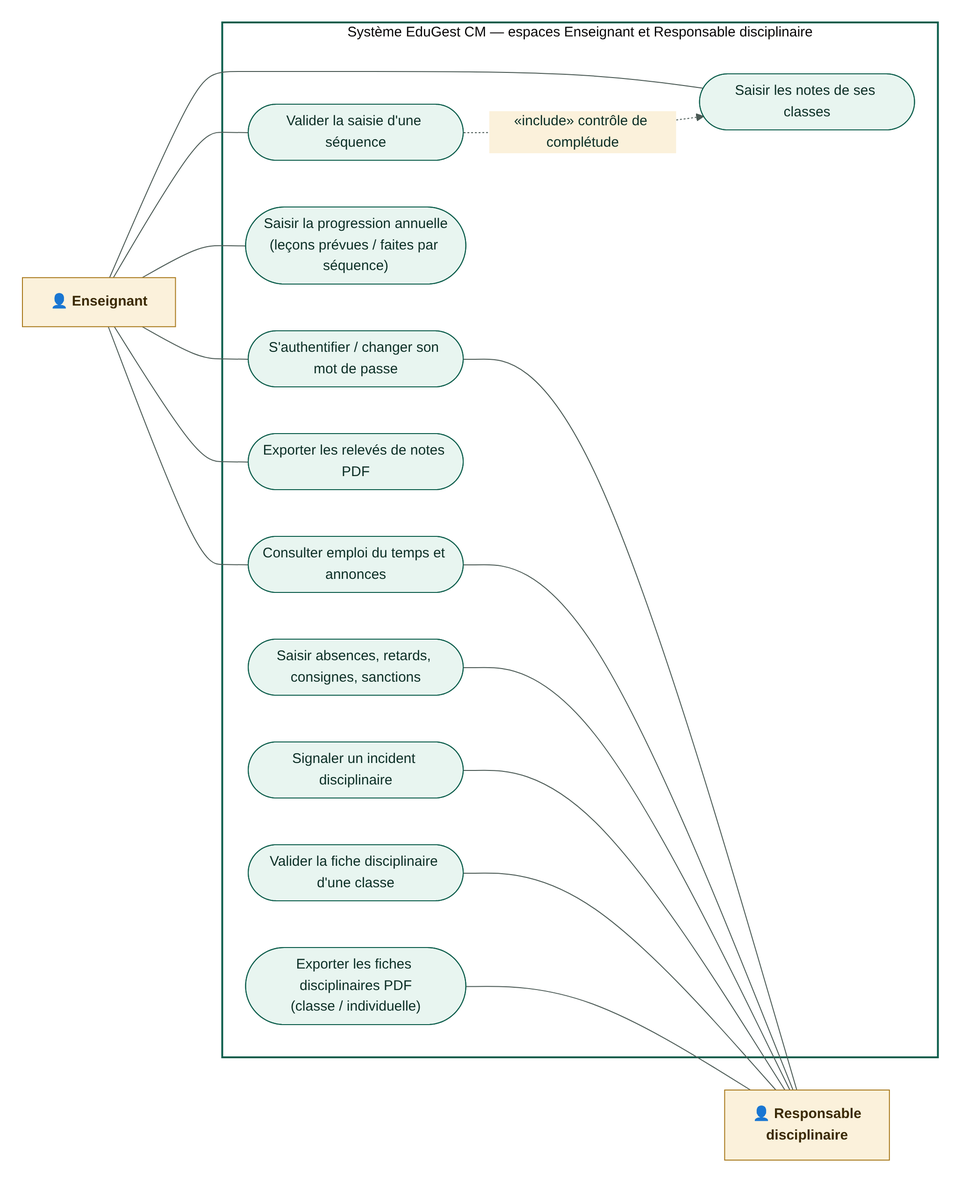
Before: docs/uml/01b_cas_utilisation_ens_resp.png, a diagram exported from Mermaid (ANDJE30/MY_WORLD). Its source is kept beside it as docs/uml/01b_cas_utilisation_ens_resp.mmd. Source of this version:
```mermaid
flowchart LR
  ENS["👤 Enseignant"]
  RD["👤 Responsable<br/>disciplinaire"]
  subgraph SYS["Système EduGest CM — espaces Enseignant et Responsable disciplinaire"]
    direction TB
    C0(["S'authentifier / changer son mot de passe"])
    C1(["Consulter emploi du temps et annonces"])
    E1(["Saisir la progression annuelle<br/>(leçons prévues / faites par séquence)"])
    E2(["Saisir les notes de ses classes"])
    E3(["Valider la saisie d'une séquence"])
    E4(["Exporter les relevés de notes PDF"])
    D1(["Saisir absences, retards, consignes, sanctions"])
    D2(["Signaler un incident disciplinaire"])
    D3(["Valider la fiche disciplinaire d'une classe"])
    D4(["Exporter les fiches disciplinaires PDF<br/>(classe / individuelle)"])
  end
  ENS --- C0 & C1 & E1 & E2 & E3 & E4
  C0 & C1 & D1 & D2 & D3 & D4 --- RD
  E3 -. "«include» contrôle de complétude" .-> E2
  classDef actor fill:#fbf1db,stroke:#a97a1d,color:#3b2a06,font-weight:bold
  classDef uc fill:#e8f5f0,stroke:#0b5d4b,color:#0b2e25
  class ENS,RD actor
  class C0,C1,E1,E2,E3,E4,D1,D2,D3,D4 uc
  style SYS fill:#ffffff,stroke:#0b5d4b,stroke-width:2px
```
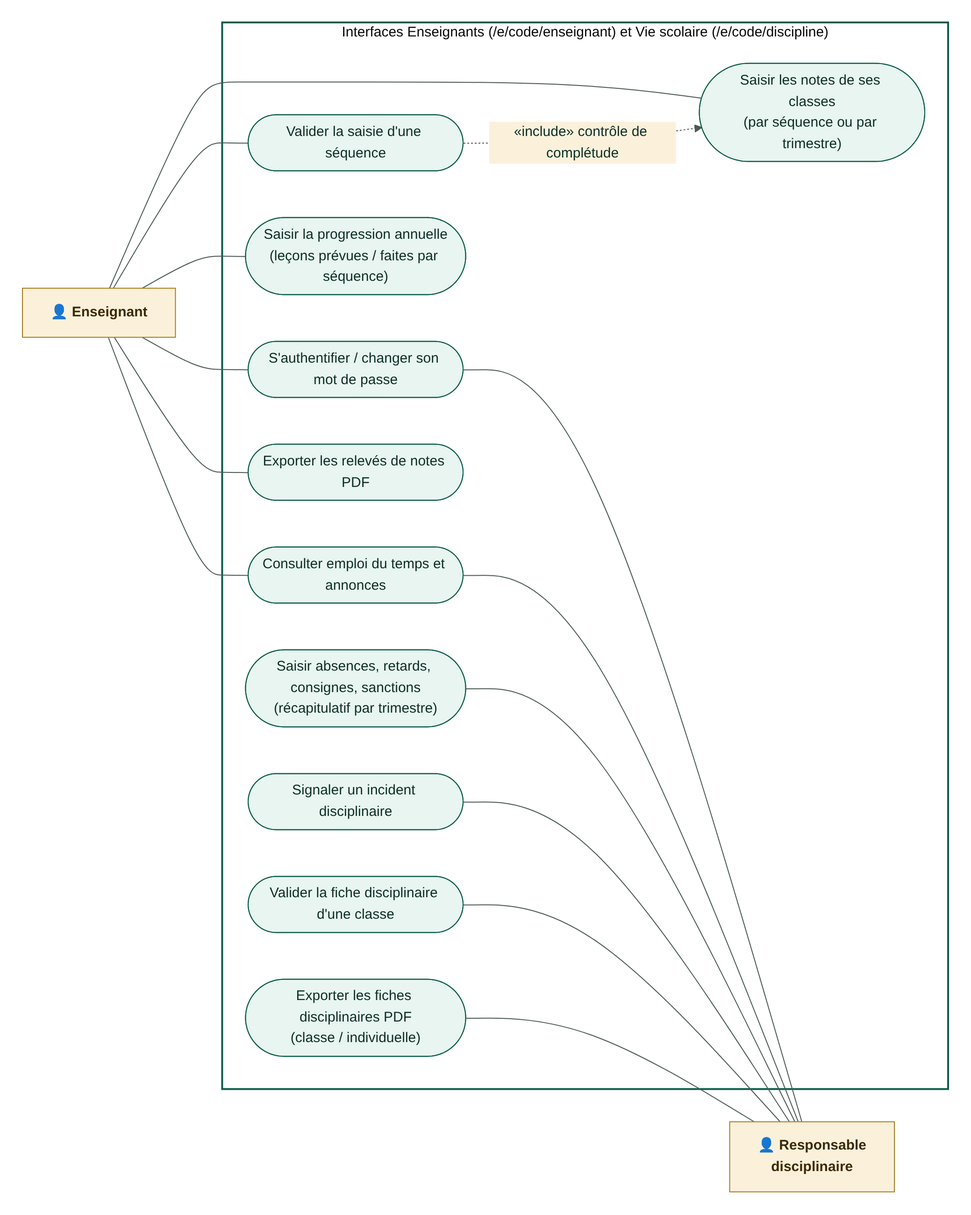
The same diagram one commit later.

Diff of the diagram source:
```diff
@@ -1,15 +1,15 @@
 flowchart LR
   ENS["👤 Enseignant"]
   RD["👤 Responsable<br/>disciplinaire"]
-  subgraph SYS["Système EduGest CM — espaces Enseignant et Responsable disciplinaire"]
+  subgraph SYS["Interfaces Enseignants (/e/code/enseignant) et Vie scolaire (/e/code/discipline)"]
     direction TB
     C0(["S'authentifier / changer son mot de passe"])
     C1(["Consulter emploi du temps et annonces"])
     E1(["Saisir la progression annuelle<br/>(leçons prévues / faites par séquence)"])
-    E2(["Saisir les notes de ses classes"])
+    E2(["Saisir les notes de ses classes<br/>(par séquence ou par trimestre)"])
     E3(["Valider la saisie d'une séquence"])
     E4(["Exporter les relevés de notes PDF"])
-    D1(["Saisir absences, retards, consignes, sanctions"])
+    D1(["Saisir absences, retards, consignes, sanctions<br/>(récapitulatif par trimestre)"])
     D2(["Signaler un incident disciplinaire"])
     D3(["Valider la fiche disciplinaire d'une classe"])
     D4(["Exporter les fiches disciplinaires PDF<br/>(classe / individuelle)"])
```
